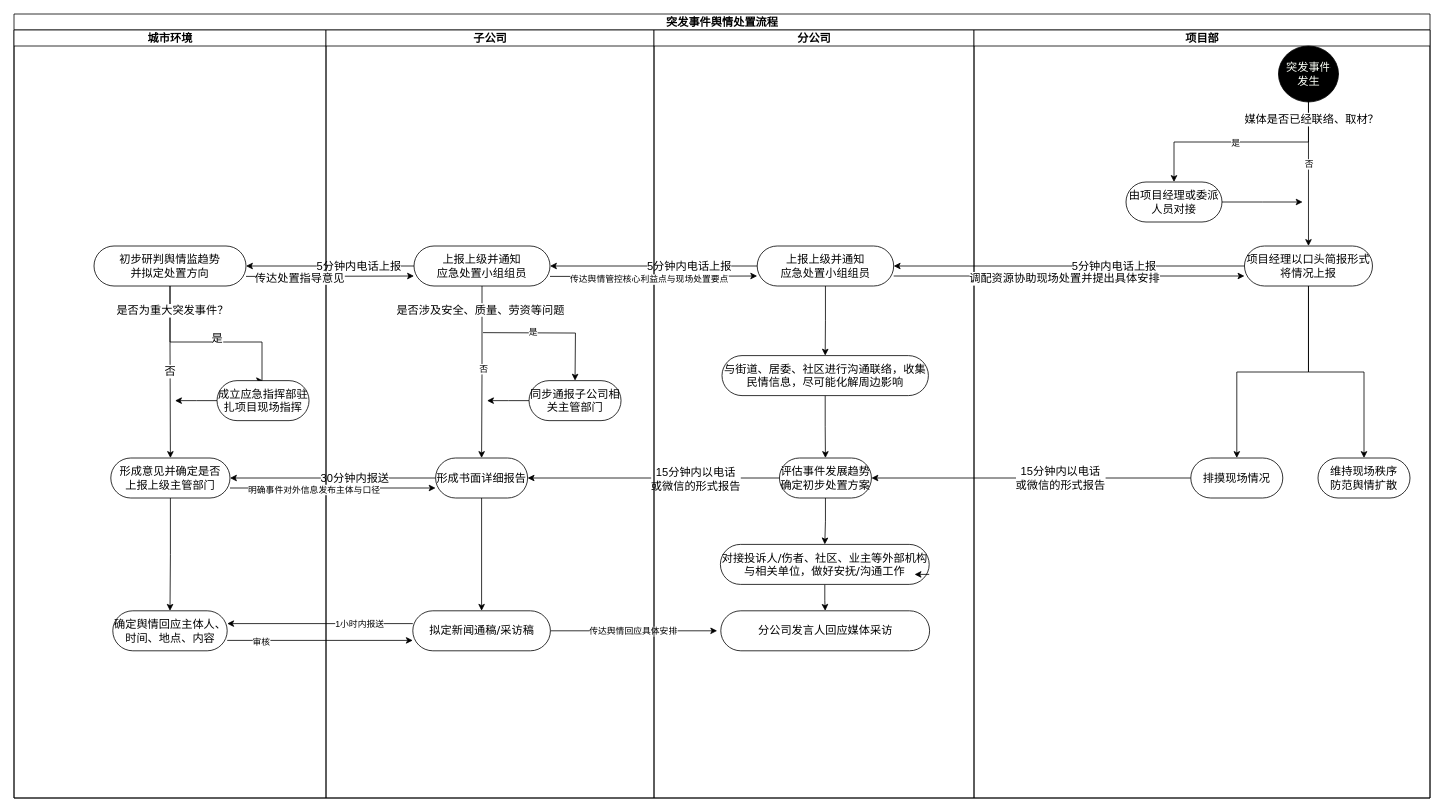
Above: 未命名绘图.drawio in neo1994ko/ESJZone-novel-mirror (draw.io), before the change. Source tidied: cells renumbered, new cells numbered last; positions are measured from the earlier drawing's top-left corner, leaving out a move shared by most shapes. Both pictures are drawn from the tidied source at 80%, with x=0, y=0 at pixel (14, 14).
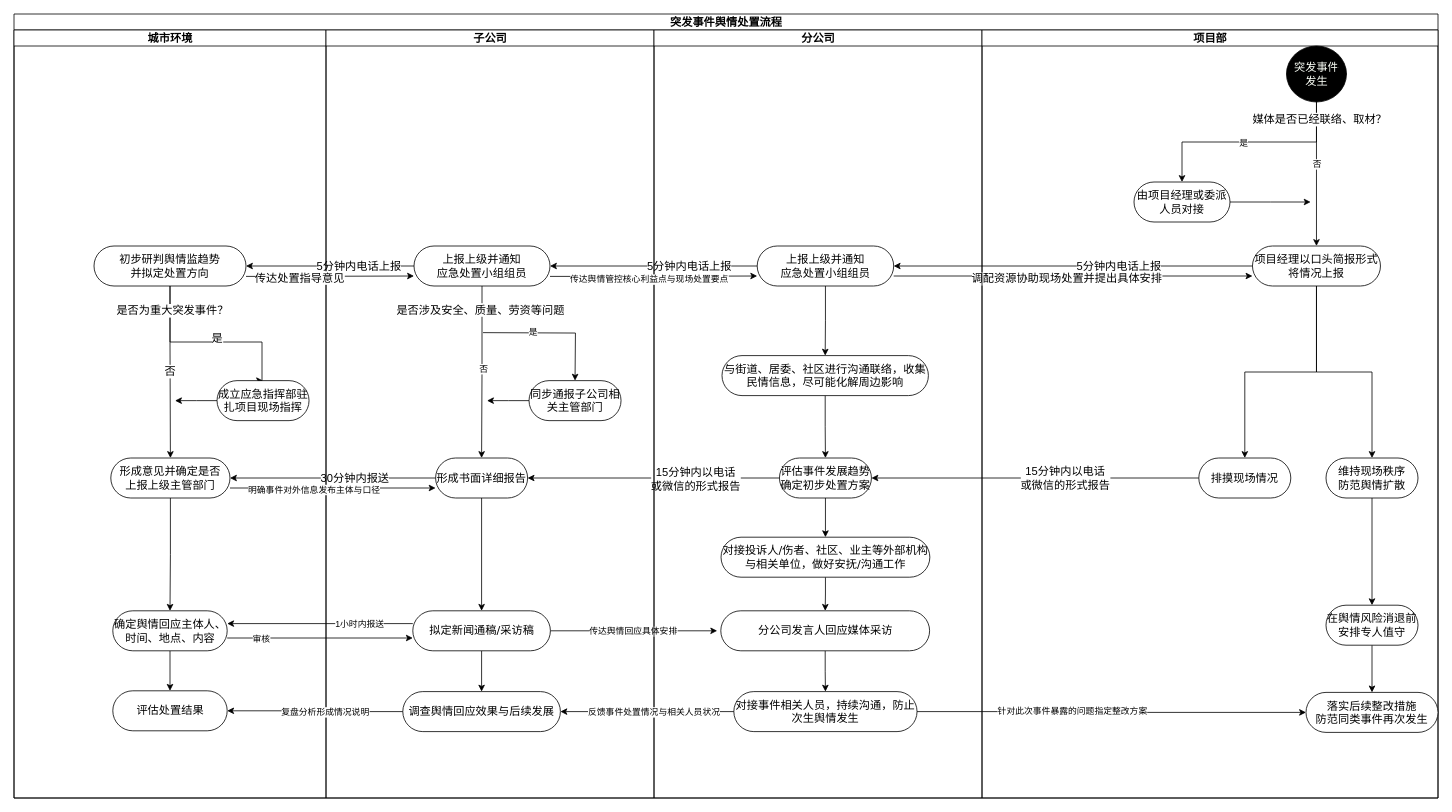
The same page after the edit.

Commit message (it also covers changes not shown here):
更新未命名绘图.drawio

Unchanged cells that the change refers to:
```xml
<mxCell id="15" value="城市环境" style="swimlane;html=1;startSize=20;fontSize=14;" parent="2" vertex="1">
  <mxGeometry y="20" width="390" height="960" as="geometry" />
</mxCell>
<mxCell id="18" value="初步研判舆情监趋势&lt;br&gt;并拟定处置方向" style="rounded=1;whiteSpace=wrap;html=1;shadow=0;comic=0;labelBackgroundColor=none;strokeWidth=1;fontFamily=Verdana;fontSize=14;align=center;arcSize=50;spacing=0;" parent="15" vertex="1">
  <mxGeometry x="100" y="270" width="190" height="50" as="geometry" />
</mxCell>
<mxCell id="22" value="形成意见并确定是否&lt;br style=&quot;border-color: var(--border-color);&quot;&gt;上报上级主管部门" style="rounded=1;whiteSpace=wrap;html=1;shadow=0;comic=0;labelBackgroundColor=none;strokeWidth=1;fontFamily=Verdana;fontSize=14;align=center;arcSize=50;spacing=0;" parent="15" vertex="1">
  <mxGeometry x="121" y="535" width="149" height="50" as="geometry" />
</mxCell>
<mxCell id="26" value="确定舆情回应主体人、时间、地点、内容" style="rounded=1;whiteSpace=wrap;html=1;shadow=0;comic=0;labelBackgroundColor=none;strokeWidth=1;fontFamily=Verdana;fontSize=14;align=center;arcSize=50;spacing=0;" parent="15" vertex="1">
  <mxGeometry x="123.5" y="726" width="143" height="50" as="geometry" />
</mxCell>
<mxCell id="27" value="子公司" style="swimlane;html=1;startSize=20;fontSize=14;" parent="2" vertex="1">
  <mxGeometry x="390" y="20" width="410" height="960" as="geometry" />
</mxCell>
<mxCell id="33" value="上报上级并通知&lt;br style=&quot;border-color: var(--border-color);&quot;&gt;应急处置小组组员" style="rounded=1;whiteSpace=wrap;html=1;shadow=0;comic=0;labelBackgroundColor=none;strokeWidth=1;fontFamily=Verdana;fontSize=14;align=center;arcSize=50;spacing=0;" parent="27" vertex="1">
  <mxGeometry x="110" y="270" width="170" height="50" as="geometry" />
</mxCell>
<mxCell id="35" value="形成书面详细报告" style="rounded=1;whiteSpace=wrap;html=1;shadow=0;comic=0;labelBackgroundColor=none;strokeWidth=1;fontFamily=Verdana;fontSize=14;align=center;arcSize=50;spacing=0;" parent="27" vertex="1">
  <mxGeometry x="137" y="535" width="115" height="50" as="geometry" />
</mxCell>
<mxCell id="40" value="拟定新闻通稿/采访稿" style="rounded=1;whiteSpace=wrap;html=1;shadow=0;comic=0;labelBackgroundColor=none;strokeWidth=1;fontFamily=Verdana;fontSize=14;align=center;arcSize=50;spacing=0;" parent="27" vertex="1">
  <mxGeometry x="108.5" y="726" width="172" height="50" as="geometry" />
</mxCell>
<mxCell id="47" value="上报上级并通知&lt;br&gt;应急处置小组组员" style="rounded=1;whiteSpace=wrap;html=1;shadow=0;comic=0;labelBackgroundColor=none;strokeWidth=1;fontFamily=Verdana;fontSize=14;align=center;arcSize=50;spacing=0;" parent="45" vertex="1">
  <mxGeometry x="129" y="270" width="170.6" height="50" as="geometry" />
</mxCell>
<mxCell id="55" value="分公司发言人回应媒体采访" style="rounded=1;whiteSpace=wrap;html=1;shadow=0;comic=0;labelBackgroundColor=none;strokeWidth=1;fontFamily=Verdana;fontSize=14;align=center;arcSize=50;spacing=0;" parent="45" vertex="1">
  <mxGeometry x="83.5" y="726" width="261" height="50" as="geometry" />
</mxCell>
<mxCell id="66" value="项目经理以口头简报形式将情况上报" style="rounded=1;whiteSpace=wrap;html=1;shadow=0;comic=0;labelBackgroundColor=none;strokeWidth=1;fontFamily=Verdana;fontSize=14;align=center;arcSize=50;spacing=0;" parent="56" vertex="1">
  <mxGeometry x="338.1" y="270" width="160" height="50" as="geometry" />
</mxCell>
<mxCell id="70" value="维持现场秩序&lt;br style=&quot;font-size: 14px;&quot;&gt;防范舆情扩散" style="rounded=1;whiteSpace=wrap;html=1;shadow=0;comic=0;labelBackgroundColor=none;strokeWidth=1;fontFamily=Verdana;fontSize=14;align=center;arcSize=50;spacing=0;" parent="56" vertex="1">
  <mxGeometry x="430" y="535" width="115" height="50" as="geometry" />
</mxCell>
```

Change to the diagram source:
```diff
@@
     <mxCell id="2" value="突发事件舆情处置流程" style="swimlane;html=1;startSize=20;rounded=0;shadow=0;comic=0;labelBackgroundColor=none;strokeWidth=1;fontFamily=Verdana;fontSize=14;align=center;" parent="1" vertex="1">
-      <mxGeometry width="1770" height="980" as="geometry" />
+      <mxGeometry width="1780" height="980" as="geometry" />
     </mxCell>
@@
+    <mxCell id="79" style="edgeStyle=orthogonalEdgeStyle;rounded=0;jettySize=auto;html=1;entryX=0.5;entryY=0;entryDx=0;entryDy=0;" parent="15" edge="1" source="26" target="80">
+      <mxGeometry relative="1" as="geometry" />
+    </mxCell>
@@
+    <mxCell id="80" value="评估处置结果" style="rounded=1;whiteSpace=wrap;html=1;shadow=0;comic=0;labelBackgroundColor=none;strokeWidth=1;fontFamily=Verdana;fontSize=14;align=center;arcSize=50;spacing=0;" parent="15" vertex="1">
+      <mxGeometry x="123.5" y="826" width="143" height="50" as="geometry" />
+    </mxCell>
@@
+    <mxCell id="81" style="edgeStyle=orthogonalEdgeStyle;rounded=0;jettySize=auto;html=1;exitX=0.5;exitY=1;exitDx=0;exitDy=0;entryX=0.5;entryY=0;entryDx=0;entryDy=0;" parent="27" edge="1" source="40" target="82">
+      <mxGeometry relative="1" as="geometry" />
+    </mxCell>
@@
     <mxCell id="43" style="edgeStyle=orthogonalEdgeStyle;rounded=0;orthogonalLoop=1;jettySize=auto;html=1;exitX=1;exitY=0.5;exitDx=0;exitDy=0;entryX=0;entryY=0.5;entryDx=0;entryDy=0;" parent="27" edge="1">
       <mxGeometry relative="1" as="geometry">
-        <mxPoint x="-123.5" y="763" as="sourcePoint" />
-        <mxPoint x="108.5" y="763" as="targetPoint" />
+        <mxPoint x="-123.5" y="760" as="sourcePoint" />
+        <mxPoint x="108.5" y="760" as="targetPoint" />
       </mxGeometry>
     </mxCell>
@@
+    <mxCell id="82" value="调查舆情回应效果与后续发展" style="rounded=1;whiteSpace=wrap;html=1;shadow=0;comic=0;labelBackgroundColor=none;strokeWidth=1;fontFamily=Verdana;fontSize=14;align=center;arcSize=50;spacing=0;" parent="27" vertex="1">
+      <mxGeometry x="96" y="827" width="197" height="50" as="geometry" />
+    </mxCell>
     <mxCell id="45" value="分公司" style="swimlane;html=1;startSize=20;fontSize=14;" parent="2" vertex="1">
-      <mxGeometry x="800" y="20" width="400" height="960" as="geometry" />
+      <mxGeometry x="800" y="20" width="410" height="960" as="geometry" />
     </mxCell>
@@
     <mxCell id="51" value="对接投诉人/伤者、社区、业主等外部机构与相关单位，做好安抚/沟通工作" style="rounded=1;whiteSpace=wrap;html=1;shadow=0;comic=0;labelBackgroundColor=none;strokeWidth=1;fontFamily=Verdana;fontSize=14;align=center;arcSize=50;spacing=0;" parent="45" vertex="1">
-      <mxGeometry x="83" y="643" width="261" height="50" as="geometry" />
+      <mxGeometry x="83.8" y="634" width="261" height="50" as="geometry" />
     </mxCell>
-    <mxCell id="52" style="edgeStyle=orthogonalEdgeStyle;rounded=0;orthogonalLoop=1;jettySize=auto;html=1;exitX=1;exitY=0.75;exitDx=0;exitDy=0;entryX=0.93;entryY=0.737;entryDx=0;entryDy=0;entryPerimeter=0;" parent="45" edge="1" source="51" target="51">
-      <mxGeometry relative="1" as="geometry" />
-    </mxCell>
@@
+    <mxCell id="83" style="edgeStyle=orthogonalEdgeStyle;rounded=0;jettySize=auto;html=1;entryX=0.5;entryY=0;entryDx=0;entryDy=0;" parent="45" edge="1" source="55" target="84">
+      <mxGeometry relative="1" as="geometry" />
+    </mxCell>
@@
+    <mxCell id="84" value="对接事件相关人员，持续沟通，防止次生舆情发生" style="rounded=1;whiteSpace=wrap;html=1;shadow=0;comic=0;labelBackgroundColor=none;strokeWidth=1;fontFamily=Verdana;fontSize=14;align=center;arcSize=50;spacing=0;" parent="45" vertex="1">
+      <mxGeometry x="99.8" y="827" width="229" height="50" as="geometry" />
+    </mxCell>
+    <mxCell id="71" style="edgeStyle=orthogonalEdgeStyle;rounded=0;jettySize=auto;html=1;entryX=0;entryY=0.75;entryDx=0;entryDy=0;" parent="2" edge="1" source="18" target="33">
+      <mxGeometry relative="1" as="geometry">
+        <Array as="points">
+          <mxPoint x="343" y="328" />
+          <mxPoint x="343" y="328" />
+        </Array>
+      </mxGeometry>
+    </mxCell>
+    <mxCell id="72" value="传达处置指导意见" style="edgeLabel;html=1;align=center;verticalAlign=middle;fontSize=14;" parent="71" vertex="1">
+      <mxGeometry x="0.17" y="-4" relative="1" as="geometry">
+        <mxPoint x="-57" y="-2" as="offset" />
+      </mxGeometry>
+    </mxCell>
+    <mxCell id="73" style="edgeStyle=orthogonalEdgeStyle;rounded=0;jettySize=auto;html=1;entryX=0;entryY=0.75;entryDx=0;entryDy=0;" parent="2" edge="1" source="33" target="47">
+      <mxGeometry relative="1" as="geometry">
+        <Array as="points">
+          <mxPoint x="745" y="328" />
+          <mxPoint x="745" y="328" />
+        </Array>
+      </mxGeometry>
+    </mxCell>
+    <mxCell id="74" value="传达舆情管控核心利益点与现场处置要点" style="edgeLabel;html=1;align=center;verticalAlign=middle;" parent="73" vertex="1">
+      <mxGeometry x="-0.54" y="2" relative="1" as="geometry">
+        <mxPoint x="63" y="5" as="offset" />
+      </mxGeometry>
+    </mxCell>
+    <mxCell id="75" style="edgeStyle=orthogonalEdgeStyle;rounded=0;jettySize=auto;html=1;exitX=1;exitY=0.75;exitDx=0;exitDy=0;entryX=0;entryY=0.75;entryDx=0;entryDy=0;" parent="2" edge="1" source="47" target="66">
+      <mxGeometry relative="1" as="geometry" />
+    </mxCell>
+    <mxCell id="76" value="调配资源协助现场处置并提出具体安排" style="edgeLabel;html=1;align=center;verticalAlign=middle;fontSize=14;" parent="75" vertex="1">
+      <mxGeometry x="-0.39" y="-3" relative="1" as="geometry">
+        <mxPoint x="79" as="offset" />
+      </mxGeometry>
+    </mxCell>
+    <mxCell id="77" style="edgeStyle=orthogonalEdgeStyle;rounded=0;jettySize=auto;html=1;exitX=1;exitY=0.75;exitDx=0;exitDy=0;entryX=0;entryY=0.75;entryDx=0;entryDy=0;" parent="2" edge="1" source="22" target="35">
+      <mxGeometry relative="1" as="geometry" />
+    </mxCell>
+    <mxCell id="78" value="明确事件对外信息发布主体与口径" style="edgeLabel;html=1;align=center;verticalAlign=middle;" parent="77" vertex="1">
+      <mxGeometry x="-0.3" y="-2" relative="1" as="geometry">
+        <mxPoint x="14" as="offset" />
+      </mxGeometry>
+    </mxCell>
     <mxCell id="56" value="项目部" style="swimlane;html=1;startSize=20;fontSize=14;" parent="2" vertex="1">
-      <mxGeometry x="1200" y="20" width="570" height="960" as="geometry" />
+      <mxGeometry x="1210" y="20" width="570" height="960" as="geometry" />
     </mxCell>
@@
+    <mxCell id="85" style="edgeStyle=orthogonalEdgeStyle;rounded=0;jettySize=auto;html=1;exitX=0.5;exitY=1;exitDx=0;exitDy=0;entryX=0.5;entryY=0;entryDx=0;entryDy=0;" parent="56" edge="1" source="70" target="87">
+      <mxGeometry relative="1" as="geometry" />
+    </mxCell>
@@
-    <mxCell id="71" style="edgeStyle=orthogonalEdgeStyle;rounded=0;jettySize=auto;html=1;entryX=0;entryY=0.75;entryDx=0;entryDy=0;" parent="2" edge="1" source="18" target="33">
-      <mxGeometry relative="1" as="geometry">
-        <Array as="points">
-          <mxPoint x="343" y="328" />
-          <mxPoint x="343" y="328" />
-        </Array>
-      </mxGeometry>
-    </mxCell>
-    <mxCell id="72" value="传达处置指导意见" style="edgeLabel;html=1;align=center;verticalAlign=middle;fontSize=14;" parent="71" vertex="1">
-      <mxGeometry x="0.17" y="-4" relative="1" as="geometry">
-        <mxPoint x="-57" y="-2" as="offset" />
-      </mxGeometry>
-    </mxCell>
-    <mxCell id="73" style="edgeStyle=orthogonalEdgeStyle;rounded=0;jettySize=auto;html=1;entryX=0;entryY=0.75;entryDx=0;entryDy=0;" parent="2" edge="1" source="33" target="47">
-      <mxGeometry relative="1" as="geometry">
-        <Array as="points">
-          <mxPoint x="745" y="328" />
-          <mxPoint x="745" y="328" />
-        </Array>
-      </mxGeometry>
-    </mxCell>
-    <mxCell id="74" value="传达舆情管控核心利益点与现场处置要点" style="edgeLabel;html=1;align=center;verticalAlign=middle;" parent="73" vertex="1">
-      <mxGeometry x="-0.54" y="2" relative="1" as="geometry">
-        <mxPoint x="63" y="5" as="offset" />
-      </mxGeometry>
-    </mxCell>
-    <mxCell id="75" style="edgeStyle=orthogonalEdgeStyle;rounded=0;jettySize=auto;html=1;exitX=1;exitY=0.75;exitDx=0;exitDy=0;entryX=0;entryY=0.75;entryDx=0;entryDy=0;" parent="2" edge="1" source="47" target="66">
-      <mxGeometry relative="1" as="geometry" />
-    </mxCell>
-    <mxCell id="76" value="调配资源协助现场处置并提出具体安排" style="edgeLabel;html=1;align=center;verticalAlign=middle;fontSize=14;" parent="75" vertex="1">
-      <mxGeometry x="-0.39" y="-3" relative="1" as="geometry">
-        <mxPoint x="79" as="offset" />
-      </mxGeometry>
-    </mxCell>
-    <mxCell id="77" style="edgeStyle=orthogonalEdgeStyle;rounded=0;jettySize=auto;html=1;exitX=1;exitY=0.75;exitDx=0;exitDy=0;entryX=0;entryY=0.75;entryDx=0;entryDy=0;" parent="2" edge="1" source="22" target="35">
-      <mxGeometry relative="1" as="geometry" />
-    </mxCell>
-    <mxCell id="78" value="明确事件对外信息发布主体与口径" style="edgeLabel;html=1;align=center;verticalAlign=middle;" parent="77" vertex="1">
-      <mxGeometry x="-0.3" y="-2" relative="1" as="geometry">
-        <mxPoint x="14" as="offset" />
-      </mxGeometry>
-    </mxCell>
+    <mxCell id="86" style="edgeStyle=orthogonalEdgeStyle;rounded=0;jettySize=auto;html=1;exitX=0.5;exitY=1;exitDx=0;exitDy=0;entryX=0.5;entryY=0;entryDx=0;entryDy=0;" parent="56" edge="1" source="87" target="88">
+      <mxGeometry relative="1" as="geometry" />
+    </mxCell>
+    <mxCell id="87" value="在舆情风险消退前安排专人值守" style="rounded=1;whiteSpace=wrap;html=1;shadow=0;comic=0;labelBackgroundColor=none;strokeWidth=1;fontFamily=Verdana;fontSize=14;align=center;arcSize=50;spacing=0;" parent="56" vertex="1">
+      <mxGeometry x="430" y="719" width="115" height="50" as="geometry" />
+    </mxCell>
+    <mxCell id="88" value="落实后续整改措施&lt;br&gt;防范同类事件再次发生" style="rounded=1;whiteSpace=wrap;html=1;shadow=0;comic=0;labelBackgroundColor=none;strokeWidth=1;fontFamily=Verdana;fontSize=14;align=center;arcSize=50;spacing=0;" parent="56" vertex="1">
+      <mxGeometry x="405" y="828" width="165" height="50" as="geometry" />
+    </mxCell>
+    <mxCell id="89" style="edgeStyle=orthogonalEdgeStyle;rounded=0;jettySize=auto;html=1;" parent="2" edge="1" source="82" target="80">
+      <mxGeometry relative="1" as="geometry" />
+    </mxCell>
+    <mxCell id="90" value="复盘分析形成情况说明" style="edgeLabel;html=1;align=center;verticalAlign=middle;" parent="89" vertex="1">
+      <mxGeometry x="0.12" y="-2" relative="1" as="geometry">
+        <mxPoint x="24" y="3" as="offset" />
+      </mxGeometry>
+    </mxCell>
+    <mxCell id="91" style="edgeStyle=orthogonalEdgeStyle;rounded=0;jettySize=auto;html=1;entryX=0;entryY=0.5;entryDx=0;entryDy=0;" parent="2" edge="1" source="84" target="88">
+      <mxGeometry relative="1" as="geometry" />
+    </mxCell>
+    <mxCell id="92" value="针对此次事件暴露的问题指定整改方案" style="edgeLabel;html=1;align=center;verticalAlign=middle;" parent="91" vertex="1">
+      <mxGeometry x="-0.44" relative="1" as="geometry">
+        <mxPoint x="58" y="-2" as="offset" />
+      </mxGeometry>
+    </mxCell>
+    <mxCell id="93" style="edgeStyle=orthogonalEdgeStyle;rounded=0;jettySize=auto;html=1;entryX=1;entryY=0.5;entryDx=0;entryDy=0;" parent="2" edge="1" source="84" target="82">
+      <mxGeometry relative="1" as="geometry" />
+    </mxCell>
+    <mxCell id="94" value="反馈事件处置情况与相关人员状况" style="edgeLabel;html=1;align=center;verticalAlign=middle;" parent="93" vertex="1">
+      <mxGeometry x="0.39" y="-3" relative="1" as="geometry">
+        <mxPoint x="51" y="3" as="offset" />
+      </mxGeometry>
+    </mxCell>
```
